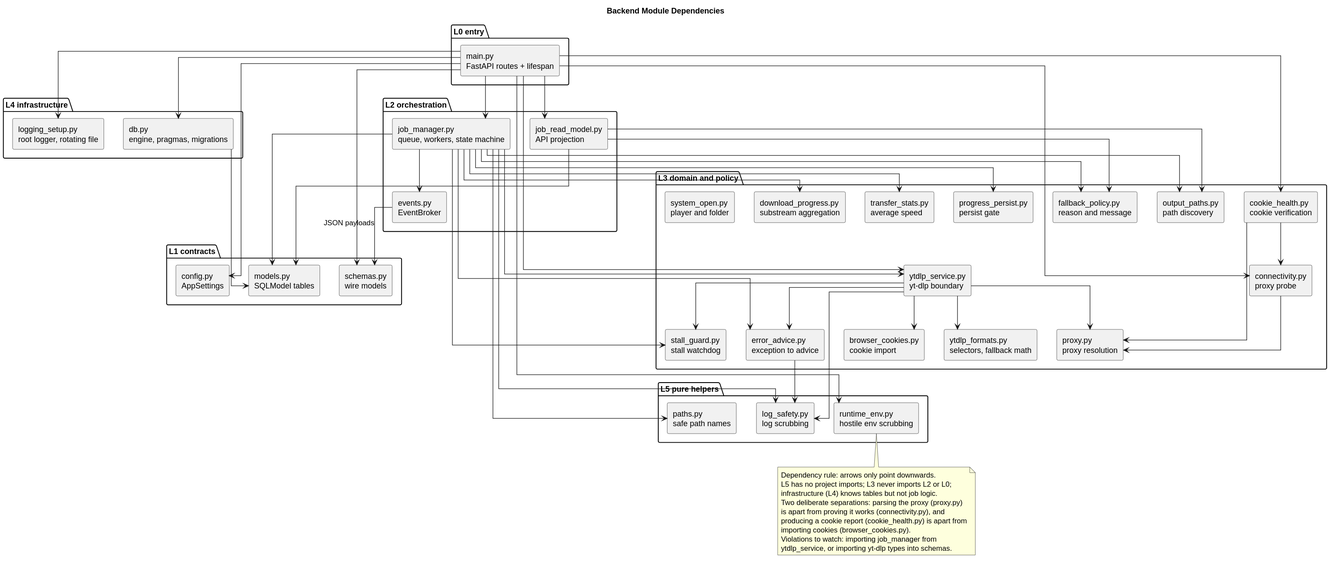
Earlier version of the PlantUML export docs/assets/diagrams/module-dependencies.svg (hnucjx/Design-and-Implementation-of-Database-Watermarking-Algorithms-Resistant-to-Brute-Force-Attacks.).
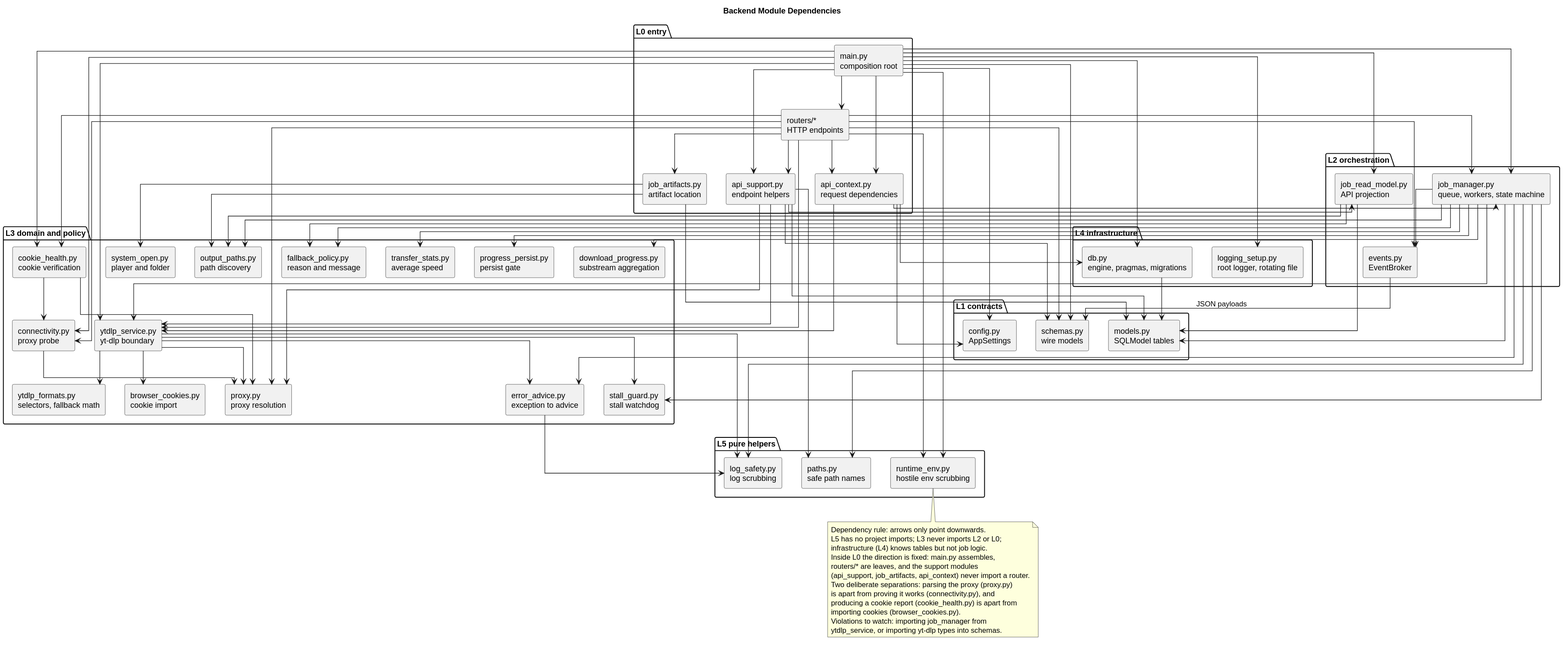
The same file after the commit.

The edit, as a diff of the source:
```diff
@@ -5,7 +5,11 @@
 skinparam linetype ortho
 
 package "L0 entry" {
-  [main.py\nFastAPI routes + lifespan] as Main
+  [main.py\ncomposition root] as Main
+  [routers/*\nHTTP endpoints] as Routers
+  [api_context.py\nrequest dependencies] as ApiCtx
+  [api_support.py\nendpoint helpers] as ApiSupport
+  [job_artifacts.py\nartifact location] as Artifacts
 }
 
 package "L1 contracts" {
@@ -48,6 +52,9 @@
   [runtime_env.py\nhostile env scrubbing] as RuntimeEnv
 }
 
+Main --> Routers
+Main --> ApiCtx
+Main --> ApiSupport
 Main --> Config
 Main --> Schemas
 Main --> Manager
@@ -58,6 +65,30 @@
 Main --> Connectivity
 Main --> Logging
 Main --> RuntimeEnv
+Routers --> ApiCtx
+Routers --> ApiSupport
+Routers --> Artifacts
+Routers --> Schemas
+Routers --> Manager
+Routers --> Service
+Routers --> CookieHealth
+Routers --> Connectivity
+Routers --> RuntimeEnv
+Routers --> Proxy
+Routers --> Broker
+ApiCtx --> Manager
+ApiCtx --> Service
+ApiCtx --> DB
+ApiCtx --> Config
+ApiSupport --> ReadModel
+ApiSupport --> Models
+ApiSupport --> Schemas
+ApiSupport --> Service
+ApiSupport --> Proxy
+ApiSupport --> Paths
+Artifacts --> Models
+Artifacts --> Outputs
+Artifacts --> Opener
 Manager --> Models
 Manager --> Service
 Manager --> Advice
@@ -90,6 +121,9 @@
 Dependency rule: arrows only point downwards.
 L5 has no project imports; L3 never imports L2 or L0;
 infrastructure (L4) knows tables but not job logic.
+Inside L0 the direction is fixed: main.py assembles,
+routers/* are leaves, and the support modules
+(api_support, job_artifacts, api_context) never import a router.
 Two deliberate separations: parsing the proxy (proxy.py)
 is apart from proving it works (connectivity.py), and
 producing a cookie report (cookie_health.py) is apart from
```
